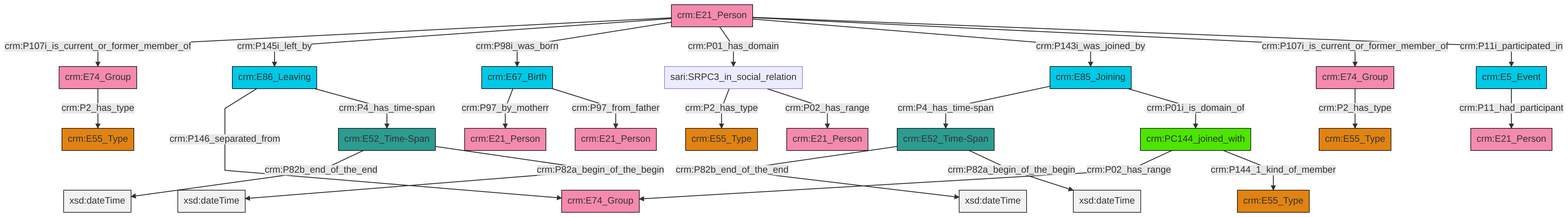
Before: et/personCSV/ttl/mmd/png/Person_Actor_Relations.png, a diagram exported from Mermaid (swiss-art-research-net/docs.swissartresearch). Its source is kept beside it as et/personCSV/ttl/mmd/Person_Actor_Relations.ttl.mmd.
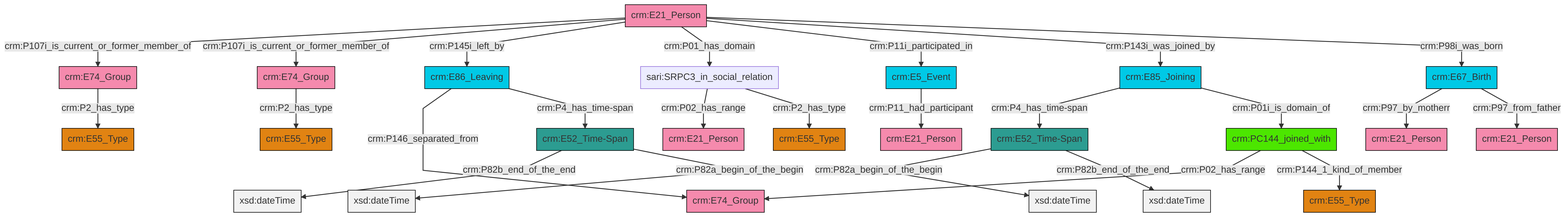
The same file after the commit.

Change to the diagram source:
```diff
@@ -13,27 +13,27 @@
 classDef PC_Classes fill:#4ce600, stroke:#000000;
 classDef Multi fill:#cccccc,stroke:#000000;
 
+0["crm:E67_Birth"]:::Temporal_Entity -->|crm:P97_by_motherr| 1["crm:E21_Person"]:::Actor
 2["crm:E21_Person"]:::Actor -->|crm:P107i_is_current_or_former_member_of| 3["crm:E74_Group"]:::Actor
-4["crm:E5_Event"]:::Temporal_Entity -->|crm:P11_had_participant| 5["crm:E21_Person"]:::Actor
-2["crm:E21_Person"]:::Actor -->|crm:P145i_left_by| 6["crm:E86_Leaving"]:::Temporal_Entity
-9["crm:E52_Time-Span"]:::Time-Span -->|crm:P82b_end_of_the_end| 10[xsd:dateTime]:::Literal
-11["crm:E85_Joining"]:::Temporal_Entity -->|crm:P4_has_time-span| 9["crm:E52_Time-Span"]:::Time-Span
-6["crm:E86_Leaving"]:::Temporal_Entity -->|crm:P146_separated_from| 12["crm:E74_Group"]:::Actor
-7["sari:SRPC3_in_social_relation"]:::Default -->|crm:P2_has_type| 13["crm:E55_Type"]:::Type
-18["crm:E67_Birth"]:::Temporal_Entity -->|crm:P97_by_motherr| 19["crm:E21_Person"]:::Actor
-20["crm:PC144_joined_with"]:::PC_Classes -->|crm:P02_has_range| 12["crm:E74_Group"]:::Actor
-7["sari:SRPC3_in_social_relation"]:::Default -->|crm:P02_has_range| 22["crm:E21_Person"]:::Actor
-0["crm:E52_Time-Span"]:::Time-Span -->|crm:P82b_end_of_the_end| 24[xsd:dateTime]:::Literal
-6["crm:E86_Leaving"]:::Temporal_Entity -->|crm:P4_has_time-span| 0["crm:E52_Time-Span"]:::Time-Span
-0["crm:E52_Time-Span"]:::Time-Span -->|crm:P82a_begin_of_the_begin| 30[xsd:dateTime]:::Literal
-16["crm:E74_Group"]:::Actor -->|crm:P2_has_type| 14["crm:E55_Type"]:::Type
-9["crm:E52_Time-Span"]:::Time-Span -->|crm:P82a_begin_of_the_begin| 31[xsd:dateTime]:::Literal
-18["crm:E67_Birth"]:::Temporal_Entity -->|crm:P97_from_father| 32["crm:E21_Person"]:::Actor
-2["crm:E21_Person"]:::Actor -->|crm:P98i_was_born| 18["crm:E67_Birth"]:::Temporal_Entity
-2["crm:E21_Person"]:::Actor -->|crm:P01_has_domain| 7["sari:SRPC3_in_social_relation"]:::Default
-20["crm:PC144_joined_with"]:::PC_Classes -->|crm:P144_1_kind_of_member| 28["crm:E55_Type"]:::Type
-11["crm:E85_Joining"]:::Temporal_Entity -->|crm:P01i_is_domain_of| 20["crm:PC144_joined_with"]:::PC_Classes
-3["crm:E74_Group"]:::Actor -->|crm:P2_has_type| 37["crm:E55_Type"]:::Type
-2["crm:E21_Person"]:::Actor -->|crm:P143i_was_joined_by| 11["crm:E85_Joining"]:::Temporal_Entity
-2["crm:E21_Person"]:::Actor -->|crm:P107i_is_current_or_former_member_of| 16["crm:E74_Group"]:::Actor
-2["crm:E21_Person"]:::Actor -->|crm:P11i_participated_in| 4["crm:E5_Event"]:::Temporal_Entity
+4["crm:E52_Time-Span"]:::Time-Span -->|crm:P82b_end_of_the_end| 5[xsd:dateTime]:::Literal
+16["crm:E52_Time-Span"]:::Time-Span -->|crm:P82a_begin_of_the_begin| 17[xsd:dateTime]:::Literal
+3["crm:E74_Group"]:::Actor -->|crm:P2_has_type| 14["crm:E55_Type"]:::Type
+2["crm:E21_Person"]:::Actor -->|crm:P107i_is_current_or_former_member_of| 21["crm:E74_Group"]:::Actor
+22["sari:SRPC3_in_social_relation"]:::Default -->|crm:P02_has_range| 23["crm:E21_Person"]:::Actor
+19["crm:E5_Event"]:::Temporal_Entity -->|crm:P11_had_participant| 31["crm:E21_Person"]:::Actor
+12["crm:E86_Leaving"]:::Temporal_Entity -->|crm:P146_separated_from| 10["crm:E74_Group"]:::Actor
+2["crm:E21_Person"]:::Actor -->|crm:P145i_left_by| 12["crm:E86_Leaving"]:::Temporal_Entity
+4["crm:E52_Time-Span"]:::Time-Span -->|crm:P82a_begin_of_the_begin| 33[xsd:dateTime]:::Literal
+8["crm:PC144_joined_with"]:::PC_Classes -->|crm:P02_has_range| 10["crm:E74_Group"]:::Actor
+8["crm:PC144_joined_with"]:::PC_Classes -->|crm:P144_1_kind_of_member| 6["crm:E55_Type"]:::Type
+2["crm:E21_Person"]:::Actor -->|crm:P01_has_domain| 22["sari:SRPC3_in_social_relation"]:::Default
+2["crm:E21_Person"]:::Actor -->|crm:P11i_participated_in| 19["crm:E5_Event"]:::Temporal_Entity
+2["crm:E21_Person"]:::Actor -->|crm:P143i_was_joined_by| 24["crm:E85_Joining"]:::Temporal_Entity
+12["crm:E86_Leaving"]:::Temporal_Entity -->|crm:P4_has_time-span| 4["crm:E52_Time-Span"]:::Time-Span
+16["crm:E52_Time-Span"]:::Time-Span -->|crm:P82b_end_of_the_end| 42[xsd:dateTime]:::Literal
+24["crm:E85_Joining"]:::Temporal_Entity -->|crm:P4_has_time-span| 16["crm:E52_Time-Span"]:::Time-Span
+24["crm:E85_Joining"]:::Temporal_Entity -->|crm:P01i_is_domain_of| 8["crm:PC144_joined_with"]:::PC_Classes
+22["sari:SRPC3_in_social_relation"]:::Default -->|crm:P2_has_type| 34["crm:E55_Type"]:::Type
+0["crm:E67_Birth"]:::Temporal_Entity -->|crm:P97_from_father| 36["crm:E21_Person"]:::Actor
+21["crm:E74_Group"]:::Actor -->|crm:P2_has_type| 28["crm:E55_Type"]:::Type
+2["crm:E21_Person"]:::Actor -->|crm:P98i_was_born| 0["crm:E67_Birth"]:::Temporal_Entity
```
